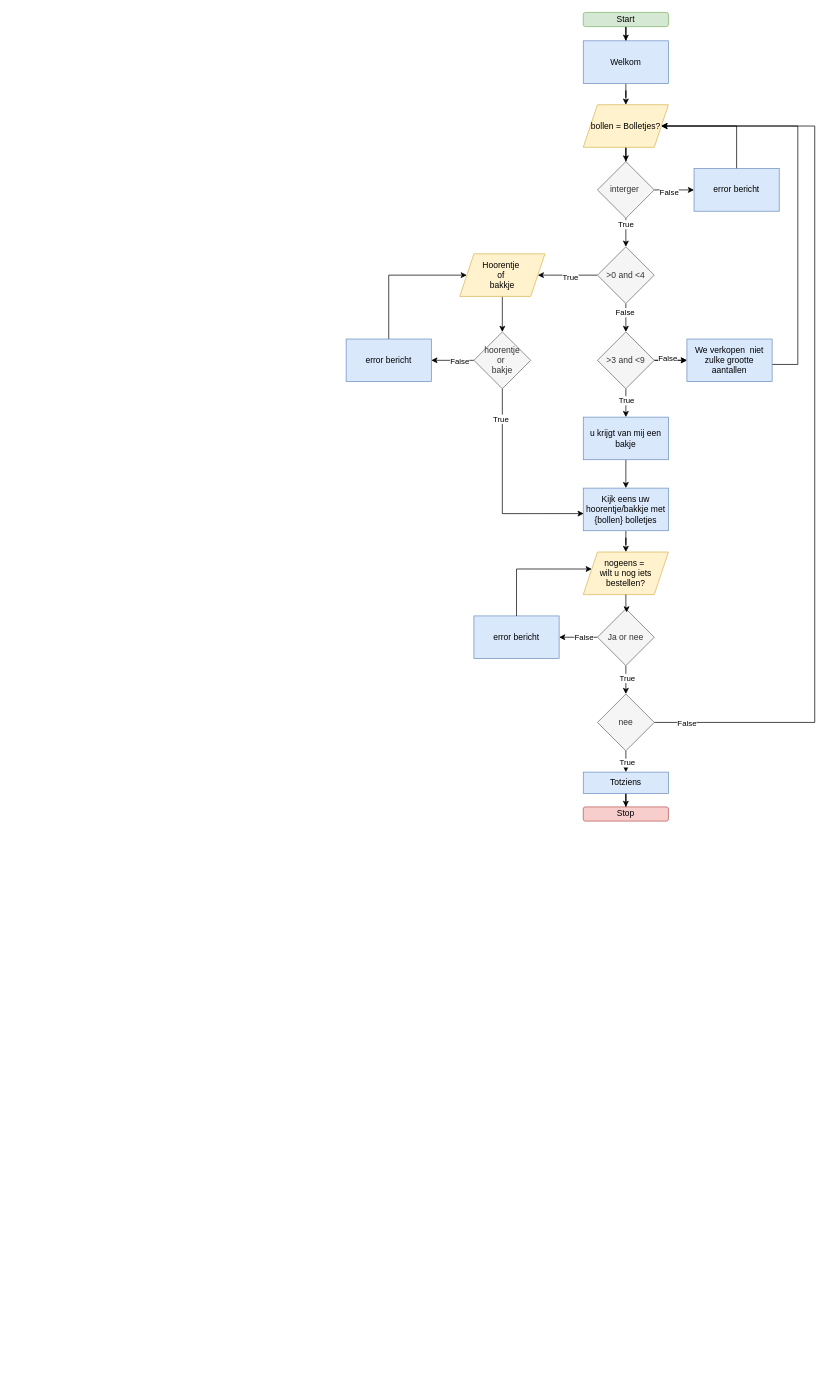
Above: module_6/Papi Gelato.drawio in RuoFeng207/leren_programmeren (draw.io), before the change. Source tidied: cells renumbered, new cells numbered last; positions are measured from the earlier drawing's top-left corner, leaving out a move shared by most shapes. Both pictures are drawn from the tidied source at 71%, with x=0, y=0 at pixel (346, 12).
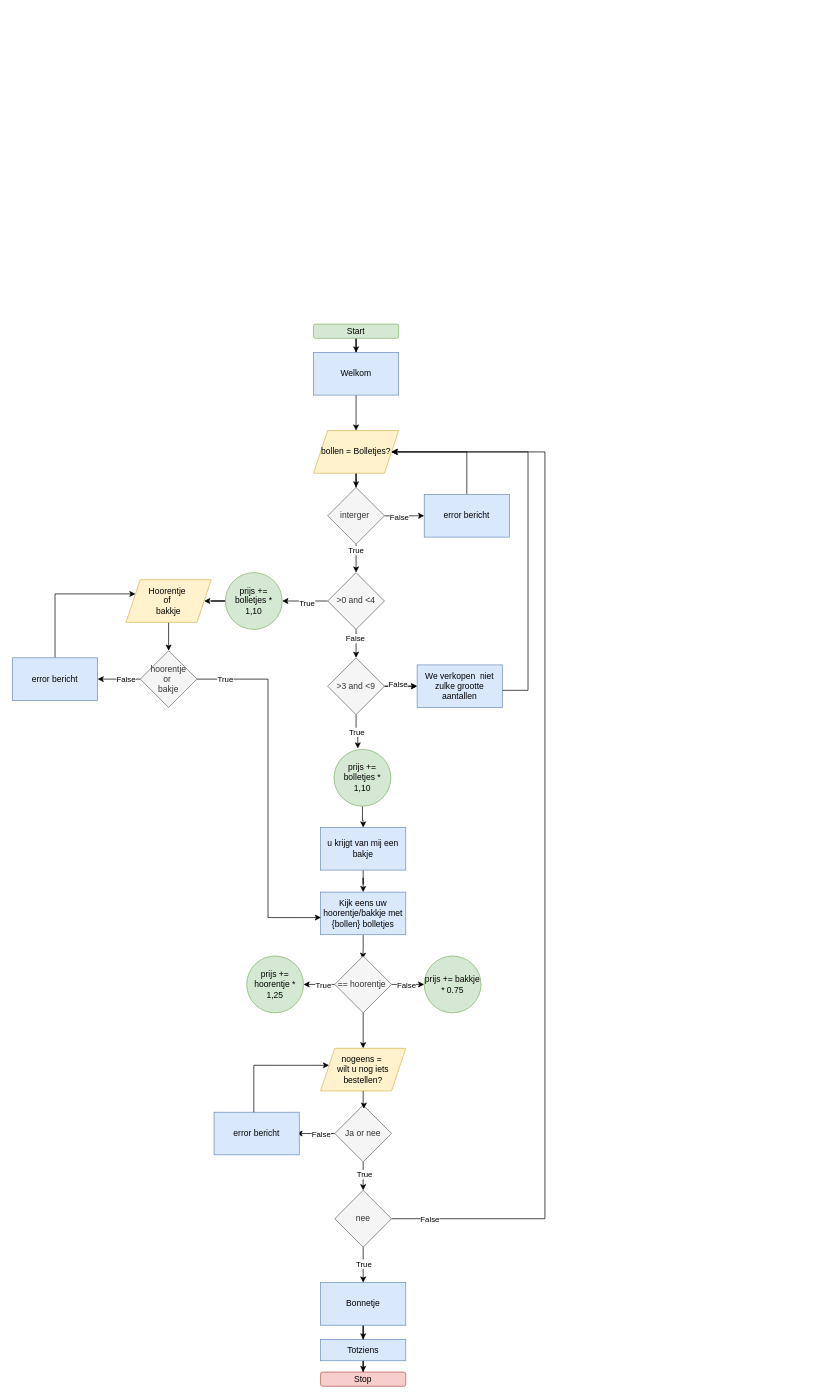
The same diagram, later.

What changed in the source:
```diff
@@
     <mxCell id="3" value="Start" style="rounded=1;whiteSpace=wrap;html=1;fillColor=#d5e8d4;strokeColor=#82b366;" parent="1" vertex="1">
-      <mxGeometry x="334" width="120" height="20" as="geometry" />
+      <mxGeometry x="-46" y="439" width="120" height="20" as="geometry" />
     </mxCell>
@@
     <mxCell id="5" value="Welkom" style="rounded=0;whiteSpace=wrap;html=1;fillColor=#dae8fc;strokeColor=#6c8ebf;" parent="1" vertex="1">
-      <mxGeometry x="334" y="40" width="120" height="60" as="geometry" />
+      <mxGeometry x="-46" y="479" width="120" height="60" as="geometry" />
     </mxCell>
@@
     <mxCell id="7" value="bollen = Bolletjes?" style="shape=parallelogram;perimeter=parallelogramPerimeter;whiteSpace=wrap;html=1;fixedSize=1;fillColor=#fff2cc;strokeColor=#d6b656;" parent="1" vertex="1">
-      <mxGeometry x="334" y="130" width="120" height="60" as="geometry" />
+      <mxGeometry x="-46" y="589" width="120" height="60" as="geometry" />
     </mxCell>
-    <mxCell id="8" style="edgeStyle=orthogonalEdgeStyle;rounded=0;jettySize=auto;html=1;" parent="1" edge="1" source="12" target="14">
+    <mxCell id="8" style="edgeStyle=orthogonalEdgeStyle;rounded=0;jettySize=auto;html=1;entryX=1;entryY=0.5;entryDx=0;entryDy=0;" parent="1" edge="1" source="12" target="66">
       <mxGeometry relative="1" as="geometry" />
     </mxCell>
@@
     <mxCell id="12" value="&amp;gt;0 and &amp;lt;4" style="rhombus;whiteSpace=wrap;html=1;fillColor=#f5f5f5;fontColor=#333333;strokeColor=#666666;" parent="1" vertex="1">
-      <mxGeometry x="354" y="330" width="80" height="80" as="geometry" />
+      <mxGeometry x="-26" y="789" width="80" height="80" as="geometry" />
     </mxCell>
@@
     <mxCell id="14" value="Hoorentje&amp;nbsp;&lt;div&gt;of&amp;nbsp;&lt;/div&gt;&lt;div&gt;bakkje&lt;/div&gt;" style="shape=parallelogram;perimeter=parallelogramPerimeter;whiteSpace=wrap;html=1;fixedSize=1;fillColor=#fff2cc;strokeColor=#d6b656;" parent="1" vertex="1">
-      <mxGeometry x="160" y="340" width="120" height="60" as="geometry" />
+      <mxGeometry x="-310" y="799" width="120" height="60" as="geometry" />
     </mxCell>
@@
-    <mxCell id="18" style="edgeStyle=orthogonalEdgeStyle;rounded=0;jettySize=auto;html=1;" parent="1" edge="1" source="20" target="24">
+    <mxCell id="18" style="edgeStyle=orthogonalEdgeStyle;rounded=0;jettySize=auto;html=1;entryX=0.418;entryY=-0.016;entryDx=0;entryDy=0;entryPerimeter=0;" parent="1" edge="1" source="20" target="64">
       <mxGeometry relative="1" as="geometry" />
     </mxCell>
     <mxCell id="19" value="True" style="edgeLabel;html=1;align=center;verticalAlign=middle;" parent="18" vertex="1">
-      <mxGeometry x="-0.22" relative="1" as="geometry" />
+      <mxGeometry x="-0.22" relative="1" as="geometry">
+        <mxPoint y="4" as="offset" />
+      </mxGeometry>
     </mxCell>
     <mxCell id="20" value="&amp;gt;3 and &amp;lt;9" style="rhombus;whiteSpace=wrap;html=1;fillColor=#f5f5f5;fontColor=#333333;strokeColor=#666666;" parent="1" vertex="1">
-      <mxGeometry x="354" y="450" width="80" height="80" as="geometry" />
+      <mxGeometry x="-26" y="909" width="80" height="80" as="geometry" />
     </mxCell>
     <mxCell id="21" style="edgeStyle=orthogonalEdgeStyle;rounded=0;orthogonalLoop=1;jettySize=auto;html=1;entryX=0.947;entryY=0.403;entryDx=0;entryDy=0;entryPerimeter=0;" parent="1" edge="1">
       <mxGeometry relative="1" as="geometry">
-        <mxPoint x="596.2" y="495.8" as="sourcePoint" />
-        <mxPoint x="443.8" y="160" as="targetPoint" />
+        <mxPoint x="216.2" y="954.8" as="sourcePoint" />
+        <mxPoint x="63.8" y="619" as="targetPoint" />
         <Array as="points">
-          <mxPoint x="636.2" y="495.8" />
-          <mxPoint x="636.2" y="159.8" />
+          <mxPoint x="256.2" y="954.8" />
+          <mxPoint x="256.2" y="618.8" />
         </Array>
       </mxGeometry>
     </mxCell>
     <mxCell id="22" value="We verkopen&amp;nbsp; niet zulke grootte aantallen" style="rounded=0;whiteSpace=wrap;html=1;fillColor=#dae8fc;strokeColor=#6c8ebf;" parent="1" vertex="1">
-      <mxGeometry x="480" y="460" width="120" height="60" as="geometry" />
+      <mxGeometry x="100" y="919" width="120" height="60" as="geometry" />
     </mxCell>
@@
     <mxCell id="24" value="u krijgt van mij een bakje" style="rounded=0;whiteSpace=wrap;html=1;fillColor=#dae8fc;strokeColor=#6c8ebf;" parent="1" vertex="1">
-      <mxGeometry x="334" y="570" width="120" height="60" as="geometry" />
+      <mxGeometry x="-36" y="1148" width="120" height="60" as="geometry" />
     </mxCell>
@@
     <mxCell id="29" value="interger&amp;nbsp;" style="rhombus;whiteSpace=wrap;html=1;fillColor=#f5f5f5;fontColor=#333333;strokeColor=#666666;" parent="1" vertex="1">
-      <mxGeometry x="354" y="210" width="80" height="80" as="geometry" />
+      <mxGeometry x="-26" y="669" width="80" height="80" as="geometry" />
     </mxCell>
     <mxCell id="30" style="edgeStyle=orthogonalEdgeStyle;rounded=0;jettySize=auto;html=1;entryX=1;entryY=0.5;entryDx=0;entryDy=0;" parent="1" edge="1" source="31" target="7">
       <mxGeometry relative="1" as="geometry">
         <Array as="points">
-          <mxPoint x="550" y="160" />
+          <mxPoint x="170" y="619" />
         </Array>
       </mxGeometry>
     </mxCell>
     <mxCell id="31" value="error bericht" style="rounded=0;whiteSpace=wrap;html=1;fillColor=#dae8fc;strokeColor=#6c8ebf;" parent="1" vertex="1">
-      <mxGeometry x="490" y="220" width="120" height="60" as="geometry" />
+      <mxGeometry x="110" y="679" width="120" height="60" as="geometry" />
     </mxCell>
@@
     <mxCell id="34" value="hoorentje&lt;div&gt;or&amp;nbsp;&lt;/div&gt;&lt;div&gt;bakje&lt;/div&gt;" style="rhombus;whiteSpace=wrap;html=1;fillColor=#f5f5f5;fontColor=#333333;strokeColor=#666666;" parent="1" vertex="1">
-      <mxGeometry x="180" y="450" width="80" height="80" as="geometry" />
+      <mxGeometry x="-290" y="899" width="80" height="80" as="geometry" />
     </mxCell>
-    <mxCell id="35" style="edgeStyle=orthogonalEdgeStyle;rounded=0;jettySize=auto;html=1;entryX=0;entryY=0.5;entryDx=0;entryDy=0;" parent="1" edge="1" source="36" target="14">
+    <mxCell id="35" style="edgeStyle=orthogonalEdgeStyle;rounded=0;jettySize=auto;html=1;" parent="1" edge="1" source="36" target="14">
       <mxGeometry relative="1" as="geometry">
         <Array as="points">
-          <mxPoint x="60" y="370" />
+          <mxPoint x="-410" y="819" />
         </Array>
       </mxGeometry>
     </mxCell>
     <mxCell id="36" value="error bericht" style="rounded=0;whiteSpace=wrap;html=1;fillColor=#dae8fc;strokeColor=#6c8ebf;" parent="1" vertex="1">
-      <mxGeometry y="460" width="120" height="60" as="geometry" />
+      <mxGeometry x="-470" y="909" width="120" height="60" as="geometry" />
     </mxCell>
-    <mxCell id="37" style="edgeStyle=orthogonalEdgeStyle;rounded=0;jettySize=auto;html=1;entryX=0.5;entryY=0;entryDx=0;entryDy=0;" parent="1" edge="1" source="38" target="41">
-      <mxGeometry relative="1" as="geometry" />
-    </mxCell>
+    <mxCell id="58" style="edgeStyle=orthogonalEdgeStyle;rounded=0;jettySize=auto;html=1;entryX=0.493;entryY=0.05;entryDx=0;entryDy=0;entryPerimeter=0;" parent="1" edge="1" source="38" target="72">
+      <mxGeometry relative="1" as="geometry" />
+    </mxCell>
     <mxCell id="38" value="Kijk eens uw hoorentje/bakkje met {bollen} bolletjes" style="rounded=0;whiteSpace=wrap;html=1;fillColor=#dae8fc;strokeColor=#6c8ebf;" parent="1" vertex="1">
-      <mxGeometry x="334" y="670" width="120" height="60" as="geometry" />
+      <mxGeometry x="-36" y="1239" width="120" height="60" as="geometry" />
     </mxCell>
     <mxCell id="39" style="edgeStyle=orthogonalEdgeStyle;rounded=0;jettySize=auto;html=1;entryX=0.005;entryY=0.598;entryDx=0;entryDy=0;entryPerimeter=0;" parent="1" edge="1" source="34" target="38">
       <mxGeometry relative="1" as="geometry">
         <Array as="points">
-          <mxPoint x="220" y="706" />
+          <mxPoint x="-110" y="939" />
+          <mxPoint x="-110" y="1275" />
         </Array>
       </mxGeometry>
     </mxCell>
     <mxCell id="40" value="True" style="edgeLabel;html=1;align=center;verticalAlign=middle;" parent="39" vertex="1">
-      <mxGeometry x="-0.71" y="-3" relative="1" as="geometry" />
+      <mxGeometry x="-0.71" y="-3" relative="1" as="geometry">
+        <mxPoint x="-35" y="-3" as="offset" />
+      </mxGeometry>
     </mxCell>
     <mxCell id="41" value="nogeens =&amp;nbsp;&lt;div&gt;wilt u nog iets bestellen?&lt;/div&gt;" style="shape=parallelogram;perimeter=parallelogramPerimeter;whiteSpace=wrap;html=1;fixedSize=1;fillColor=#fff2cc;strokeColor=#d6b656;" parent="1" vertex="1">
-      <mxGeometry x="334" y="760" width="120" height="60" as="geometry" />
+      <mxGeometry x="-36" y="1459" width="120" height="60" as="geometry" />
     </mxCell>
-    <mxCell id="42" style="edgeStyle=orthogonalEdgeStyle;rounded=0;jettySize=auto;html=1;entryX=1;entryY=0.5;entryDx=0;entryDy=0;" parent="1" edge="1" source="46" target="48">
-      <mxGeometry relative="1" as="geometry" />
+    <mxCell id="42" style="edgeStyle=orthogonalEdgeStyle;rounded=0;jettySize=auto;html=1;entryX=1;entryY=0.5;entryDx=0;entryDy=0;" parent="1" edge="1" source="46">
+      <mxGeometry relative="1" as="geometry">
+        <mxPoint x="-70" y="1579" as="targetPoint" />
+      </mxGeometry>
     </mxCell>
@@
     <mxCell id="46" value="Ja or nee" style="rhombus;whiteSpace=wrap;html=1;fillColor=#f5f5f5;fontColor=#333333;strokeColor=#666666;" parent="1" vertex="1">
-      <mxGeometry x="354" y="840" width="80" height="80" as="geometry" />
+      <mxGeometry x="-16" y="1539" width="80" height="80" as="geometry" />
     </mxCell>
@@
     <mxCell id="48" value="error bericht" style="rounded=0;whiteSpace=wrap;html=1;fillColor=#dae8fc;strokeColor=#6c8ebf;" parent="1" vertex="1">
-      <mxGeometry x="180" y="850" width="120" height="60" as="geometry" />
+      <mxGeometry x="-186" y="1549" width="120" height="60" as="geometry" />
     </mxCell>
-    <mxCell id="49" style="edgeStyle=orthogonalEdgeStyle;rounded=0;jettySize=auto;html=1;entryX=0.1;entryY=0.399;entryDx=0;entryDy=0;entryPerimeter=0;" parent="1" edge="1" source="48" target="41">
+    <mxCell id="49" style="edgeStyle=orthogonalEdgeStyle;rounded=0;jettySize=auto;html=1;entryX=0.1;entryY=0.399;entryDx=0;entryDy=0;entryPerimeter=0;" parent="1" edge="1" target="41">
       <mxGeometry relative="1" as="geometry">
+        <mxPoint x="-130" y="1549" as="sourcePoint" />
         <Array as="points">
-          <mxPoint x="240" y="784" />
+          <mxPoint x="-130" y="1483" />
         </Array>
       </mxGeometry>
     </mxCell>
-    <mxCell id="50" style="edgeStyle=orthogonalEdgeStyle;rounded=0;jettySize=auto;html=1;entryX=0.5;entryY=0;entryDx=0;entryDy=0;" parent="1" edge="1" source="54" target="56">
-      <mxGeometry relative="1" as="geometry" />
-    </mxCell>
-    <mxCell id="51" value="True" style="edgeLabel;html=1;align=center;verticalAlign=middle;" parent="50" vertex="1">
-      <mxGeometry x="-0.05" y="-1" relative="1" as="geometry" />
-    </mxCell>
     <mxCell id="52" style="edgeStyle=orthogonalEdgeStyle;rounded=0;jettySize=auto;html=1;entryX=1;entryY=0.5;entryDx=0;entryDy=0;" parent="1" edge="1" source="54" target="7">
       <mxGeometry relative="1" as="geometry">
         <Array as="points">
-          <mxPoint x="660" y="1000" />
-          <mxPoint x="660" y="160" />
+          <mxPoint x="280" y="1699" />
+          <mxPoint x="280" y="619" />
         </Array>
       </mxGeometry>
     </mxCell>
@@
+    <mxCell id="59" style="edgeStyle=orthogonalEdgeStyle;rounded=0;jettySize=auto;html=1;" parent="1" edge="1" source="54" target="62">
+      <mxGeometry relative="1" as="geometry" />
+    </mxCell>
+    <mxCell id="60" value="True" style="edgeLabel;html=1;align=center;verticalAlign=middle;" parent="59" vertex="1">
+      <mxGeometry x="-0.08" relative="1" as="geometry" />
+    </mxCell>
     <mxCell id="54" value="nee" style="rhombus;whiteSpace=wrap;html=1;fillColor=#f5f5f5;fontColor=#333333;strokeColor=#666666;" parent="1" vertex="1">
-      <mxGeometry x="354" y="960" width="80" height="80" as="geometry" />
+      <mxGeometry x="-16" y="1659" width="80" height="80" as="geometry" />
     </mxCell>
@@
     <mxCell id="56" value="Totziens" style="rounded=0;whiteSpace=wrap;html=1;fillColor=#dae8fc;strokeColor=#6c8ebf;" parent="1" vertex="1">
-      <mxGeometry x="334" y="1070" width="120" height="30" as="geometry" />
+      <mxGeometry x="-36" y="1869" width="120" height="30" as="geometry" />
     </mxCell>
     <mxCell id="57" value="Stop" style="rounded=1;whiteSpace=wrap;html=1;fillColor=#f8cecc;strokeColor=#b85450;" parent="1" vertex="1">
-      <mxGeometry x="334" y="1119" width="120" height="20" as="geometry" />
+      <mxGeometry x="-36" y="1915" width="120" height="20" as="geometry" />
     </mxCell>
+    <mxCell id="61" style="edgeStyle=orthogonalEdgeStyle;rounded=0;jettySize=auto;html=1;entryX=0.5;entryY=0;entryDx=0;entryDy=0;" parent="1" edge="1" source="62" target="56">
+      <mxGeometry relative="1" as="geometry" />
+    </mxCell>
+    <mxCell id="62" value="Bonnetje" style="rounded=0;whiteSpace=wrap;html=1;fillColor=#dae8fc;strokeColor=#6c8ebf;" parent="1" vertex="1">
+      <mxGeometry x="-36" y="1789" width="120" height="60" as="geometry" />
+    </mxCell>
+    <mxCell id="63" style="edgeStyle=orthogonalEdgeStyle;rounded=0;jettySize=auto;html=1;entryX=0.5;entryY=0;entryDx=0;entryDy=0;" parent="1" edge="1" source="64" target="24">
+      <mxGeometry relative="1" as="geometry" />
+    </mxCell>
+    <mxCell id="64" value="prijs += bolletjes * 1,10" style="ellipse;whiteSpace=wrap;html=1;fillColor=#d5e8d4;strokeColor=#82b366;" parent="1" vertex="1">
+      <mxGeometry x="-17" y="1038" width="80" height="80" as="geometry" />
+    </mxCell>
+    <mxCell id="65" style="edgeStyle=orthogonalEdgeStyle;rounded=0;jettySize=auto;html=1;" parent="1" edge="1" source="66" target="14">
+      <mxGeometry relative="1" as="geometry" />
+    </mxCell>
+    <mxCell id="66" value="prijs += bolletjes * 1,10" style="ellipse;whiteSpace=wrap;html=1;fillColor=#d5e8d4;strokeColor=#82b366;" parent="1" vertex="1">
+      <mxGeometry x="-170" y="789" width="80" height="80" as="geometry" />
+    </mxCell>
+    <mxCell id="67" style="edgeStyle=orthogonalEdgeStyle;rounded=0;jettySize=auto;html=1;entryX=0;entryY=0.5;entryDx=0;entryDy=0;" parent="1" edge="1" source="72" target="73">
+      <mxGeometry relative="1" as="geometry" />
+    </mxCell>
+    <mxCell id="68" value="False" style="edgeLabel;html=1;align=center;verticalAlign=middle;" parent="67" vertex="1">
+      <mxGeometry x="-0.49" y="3" relative="1" as="geometry">
+        <mxPoint x="8" y="3" as="offset" />
+      </mxGeometry>
+    </mxCell>
+    <mxCell id="69" style="edgeStyle=orthogonalEdgeStyle;rounded=0;jettySize=auto;html=1;entryX=1;entryY=0.5;entryDx=0;entryDy=0;" parent="1" edge="1" source="72" target="74">
+      <mxGeometry relative="1" as="geometry" />
+    </mxCell>
+    <mxCell id="70" value="True" style="edgeLabel;html=1;align=center;verticalAlign=middle;" parent="69" vertex="1">
+      <mxGeometry x="-0.23" y="1" relative="1" as="geometry" />
+    </mxCell>
+    <mxCell id="71" style="edgeStyle=orthogonalEdgeStyle;rounded=0;jettySize=auto;html=1;entryX=0.5;entryY=0;entryDx=0;entryDy=0;" parent="1" edge="1" source="72" target="41">
+      <mxGeometry relative="1" as="geometry" />
+    </mxCell>
+    <mxCell id="72" value="== hoorentje&amp;nbsp;" style="rhombus;whiteSpace=wrap;html=1;fillColor=#f5f5f5;fontColor=#333333;strokeColor=#666666;" parent="1" vertex="1">
+      <mxGeometry x="-16" y="1329" width="80" height="80" as="geometry" />
+    </mxCell>
+    <mxCell id="73" value="prijs += bakkje * 0.75" style="ellipse;whiteSpace=wrap;html=1;fillColor=#d5e8d4;strokeColor=#82b366;" parent="1" vertex="1">
+      <mxGeometry x="110" y="1329" width="80" height="80" as="geometry" />
+    </mxCell>
+    <mxCell id="74" value="prijs += hoorentje * 1,25" style="ellipse;whiteSpace=wrap;html=1;fillColor=#d5e8d4;strokeColor=#82b366;" parent="1" vertex="1">
+      <mxGeometry x="-140" y="1329" width="80" height="80" as="geometry" />
+    </mxCell>
```
